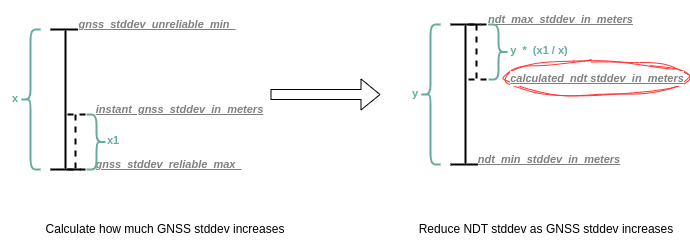
This is localization/autoware_pose_covariance_modifier_node/media/ndt_stddev_calculation_formula.drawio.png from autowarefoundation/autoware.universe, a draw.io export, as it was before one commit. Source tidied: cells renumbered, new cells last; positions are measured from the earlier drawing's top-left corner, leaving out a move shared by most shapes.
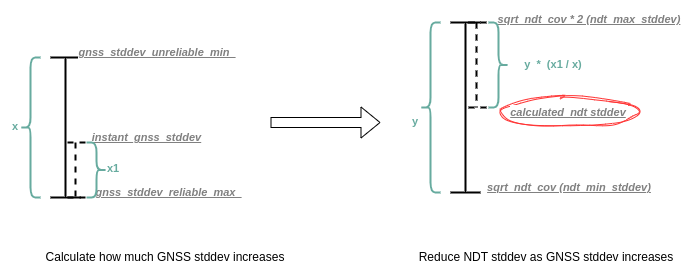
After the change.

What changed in the source:
```diff
@@ -11,8 +11,8 @@
     <mxCell id="4" value="&lt;div style=&quot;background-color: rgb(255, 255, 255);&quot;&gt;&lt;pre style=&quot;&quot;&gt;&lt;span style=&quot;color: rgb(128, 128, 128); font-style: italic;&quot;&gt;&lt;font style=&quot;font-size: 11px;&quot; face=&quot;Helvetica&quot;&gt;&lt;u&gt;&lt;b&gt;gnss_stddev_reliable_max_&lt;/b&gt;&lt;/u&gt;&lt;/font&gt;&lt;/span&gt;&lt;/pre&gt;&lt;/div&gt;" style="text;html=1;align=center;verticalAlign=middle;whiteSpace=wrap;rounded=0;fontFamily=Architects Daughter;fontSource=https%3A%2F%2Ffonts.googleapis.com%2Fcss%3Ffamily%3DArchitects%2BDaughter;" parent="1" vertex="1">
       <mxGeometry x="99" y="145" width="139" height="20" as="geometry" />
     </mxCell>
-    <mxCell id="5" value="&lt;div style=&quot;background-color: rgb(255, 255, 255);&quot;&gt;&lt;pre style=&quot;&quot;&gt;&lt;span style=&quot;color: rgb(128, 128, 128); font-style: italic;&quot;&gt;&lt;font style=&quot;font-size: 11px;&quot; face=&quot;Helvetica&quot;&gt;&lt;u&gt;&lt;b&gt;instant_gnss_stddev_in_meters&lt;/b&gt;&lt;/u&gt;&lt;/font&gt;&lt;/span&gt;&lt;/pre&gt;&lt;/div&gt;" style="text;html=1;align=center;verticalAlign=middle;whiteSpace=wrap;rounded=0;fontFamily=Architects Daughter;fontSource=https%3A%2F%2Ffonts.googleapis.com%2Fcss%3Ffamily%3DArchitects%2BDaughter;" parent="1" vertex="1">
-      <mxGeometry x="101" y="90" width="157" height="20" as="geometry" />
+    <mxCell id="5" value="&lt;div style=&quot;background-color: rgb(255, 255, 255);&quot;&gt;&lt;pre style=&quot;&quot;&gt;&lt;span style=&quot;color: rgb(128, 128, 128); font-style: italic;&quot;&gt;&lt;font style=&quot;font-size: 11px;&quot; face=&quot;Helvetica&quot;&gt;&lt;u&gt;&lt;b&gt;instant_gnss_stddev&lt;/b&gt;&lt;/u&gt;&lt;/font&gt;&lt;/span&gt;&lt;/pre&gt;&lt;/div&gt;" style="text;html=1;align=center;verticalAlign=middle;whiteSpace=wrap;rounded=0;fontFamily=Architects Daughter;fontSource=https%3A%2F%2Ffonts.googleapis.com%2Fcss%3Ffamily%3DArchitects%2BDaughter;" parent="1" vertex="1">
+      <mxGeometry x="87" y="90" width="119" height="20" as="geometry" />
     </mxCell>
     <mxCell id="6" style="shape=curlyBracket;whiteSpace=wrap;html=1;rounded=1;flipH=1;labelPosition=right;verticalLabelPosition=middle;align=left;verticalAlign=middle;hachureGap=4;fontFamily=Architects Daughter;fontSource=https%3A%2F%2Ffonts.googleapis.com%2Fcss%3Ffamily%3DArchitects%2BDaughter;size=0.5;strokeWidth=2;strokeColor=#67AB9F;" parent="1" vertex="1">
       <mxGeometry x="86" y="105" width="20" height="55" as="geometry" />
@@ -30,34 +30,34 @@
       <mxGeometry x="65" y="105" width="20" height="55" as="geometry" />
     </mxCell>
     <mxCell id="11" style="shape=crossbar;whiteSpace=wrap;html=1;rounded=1;hachureGap=4;fontFamily=Architects Daughter;fontSource=https%3A%2F%2Ffonts.googleapis.com%2Fcss%3Ffamily%3DArchitects%2BDaughter;flipH=1;flipV=1;direction=south;shadow=0;strokeWidth=2;" parent="1" vertex="1">
-      <mxGeometry x="450" y="15" width="30" height="140" as="geometry" />
+      <mxGeometry x="450" y="-15" width="30" height="170" as="geometry" />
     </mxCell>
-    <mxCell id="12" value="&lt;div style=&quot;background-color: rgb(255, 255, 255);&quot;&gt;&lt;pre style=&quot;&quot;&gt;&lt;div&gt;&lt;pre style=&quot;&quot;&gt;&lt;span style=&quot;color: rgb(128, 128, 128); font-style: italic;&quot;&gt;&lt;font style=&quot;font-size: 11px;&quot; face=&quot;Helvetica&quot;&gt;&lt;b style=&quot;&quot;&gt;&lt;u&gt;ndt_max_stddev_in_meters&lt;/u&gt;&lt;/b&gt;&lt;/font&gt;&lt;/span&gt;&lt;/pre&gt;&lt;/div&gt;&lt;/pre&gt;&lt;/div&gt;" style="text;html=1;align=center;verticalAlign=middle;whiteSpace=wrap;rounded=0;fontFamily=Architects Daughter;fontSource=https%3A%2F%2Ffonts.googleapis.com%2Fcss%3Ffamily%3DArchitects%2BDaughter;" parent="1" vertex="1">
-      <mxGeometry x="491" width="139" height="20" as="geometry" />
+    <mxCell id="12" value="&lt;div style=&quot;background-color: rgb(255, 255, 255);&quot;&gt;&lt;pre style=&quot;&quot;&gt;&lt;div&gt;&lt;pre style=&quot;&quot;&gt;&lt;span style=&quot;color: rgb(128, 128, 128); font-style: italic;&quot;&gt;&lt;font style=&quot;font-size: 11px;&quot; face=&quot;Helvetica&quot;&gt;&lt;b style=&quot;&quot;&gt;&lt;u&gt;sqrt_ndt_cov * 2 (ndt_max_stddev)&lt;/u&gt;&lt;/b&gt;&lt;/font&gt;&lt;/span&gt;&lt;/pre&gt;&lt;/div&gt;&lt;/pre&gt;&lt;/div&gt;" style="text;html=1;align=center;verticalAlign=middle;whiteSpace=wrap;rounded=0;fontFamily=Architects Daughter;fontSource=https%3A%2F%2Ffonts.googleapis.com%2Fcss%3Ffamily%3DArchitects%2BDaughter;" parent="1" vertex="1">
+      <mxGeometry x="488" y="-28" width="202" height="20" as="geometry" />
     </mxCell>
-    <mxCell id="13" value="&lt;div style=&quot;background-color: rgb(255, 255, 255);&quot;&gt;&lt;pre style=&quot;&quot;&gt;&lt;div&gt;&lt;pre style=&quot;&quot;&gt;&lt;span style=&quot;color: rgb(128, 128, 128); font-style: italic;&quot;&gt;&lt;font style=&quot;font-size: 11px;&quot; face=&quot;Helvetica&quot;&gt;&lt;u style=&quot;&quot;&gt;&lt;b&gt;ndt_min_stddev_in_meters&lt;/b&gt;&lt;/u&gt;&lt;/font&gt;&lt;/span&gt;&lt;/pre&gt;&lt;/div&gt;&lt;/pre&gt;&lt;/div&gt;" style="text;html=1;align=center;verticalAlign=middle;whiteSpace=wrap;rounded=0;fontFamily=Architects Daughter;fontSource=https%3A%2F%2Ffonts.googleapis.com%2Fcss%3Ffamily%3DArchitects%2BDaughter;" parent="1" vertex="1">
-      <mxGeometry x="477.8" y="140" width="142.2" height="20" as="geometry" />
+    <mxCell id="13" value="&lt;div style=&quot;background-color: rgb(255, 255, 255);&quot;&gt;&lt;pre style=&quot;&quot;&gt;&lt;div&gt;&lt;pre style=&quot;&quot;&gt;&lt;span style=&quot;color: rgb(128, 128, 128); font-style: italic;&quot;&gt;&lt;font style=&quot;font-size: 11px;&quot; face=&quot;Helvetica&quot;&gt;&lt;u style=&quot;&quot;&gt;&lt;b&gt;sqrt_ndt_cov (ndt_min_stddev)&lt;/b&gt;&lt;/u&gt;&lt;/font&gt;&lt;/span&gt;&lt;/pre&gt;&lt;/div&gt;&lt;/pre&gt;&lt;/div&gt;" style="text;html=1;align=center;verticalAlign=middle;whiteSpace=wrap;rounded=0;fontFamily=Architects Daughter;fontSource=https%3A%2F%2Ffonts.googleapis.com%2Fcss%3Ffamily%3DArchitects%2BDaughter;" parent="1" vertex="1">
+      <mxGeometry x="477.8" y="140" width="182.2" height="20" as="geometry" />
     </mxCell>
     <mxCell id="14" style="shape=curlyBracket;whiteSpace=wrap;html=1;rounded=1;flipH=1;labelPosition=right;verticalLabelPosition=middle;align=left;verticalAlign=middle;hachureGap=4;fontFamily=Architects Daughter;fontSource=https%3A%2F%2Ffonts.googleapis.com%2Fcss%3Ffamily%3DArchitects%2BDaughter;size=0.5;strokeWidth=2;strokeColor=#67AB9F;" parent="1" vertex="1">
-      <mxGeometry x="488" y="15" width="20" height="55" as="geometry" />
+      <mxGeometry x="488" y="-15" width="20" height="85" as="geometry" />
     </mxCell>
     <mxCell id="15" value="&lt;font color=&quot;#67ab9f&quot; style=&quot;font-size: 11px;&quot; face=&quot;Helvetica&quot;&gt;&lt;b&gt;y&amp;nbsp; *&amp;nbsp; (x1 / x)&lt;/b&gt;&lt;/font&gt;" style="text;html=1;align=center;verticalAlign=middle;whiteSpace=wrap;rounded=0;fontFamily=Architects Daughter;fontSource=https%3A%2F%2Ffonts.googleapis.com%2Fcss%3Ffamily%3DArchitects%2BDaughter;" parent="1" vertex="1">
-      <mxGeometry x="504" y="31.5" width="70" height="20" as="geometry" />
+      <mxGeometry x="517.5" y="17.5" width="70" height="20" as="geometry" />
     </mxCell>
     <mxCell id="16" style="shape=curlyBracket;whiteSpace=wrap;html=1;rounded=1;labelPosition=left;verticalLabelPosition=middle;align=right;verticalAlign=middle;hachureGap=4;fontFamily=Architects Daughter;fontSource=https%3A%2F%2Ffonts.googleapis.com%2Fcss%3Ffamily%3DArchitects%2BDaughter;strokeWidth=2;strokeColor=#67AB9F;" parent="1" vertex="1">
-      <mxGeometry x="420" y="15" width="20" height="140" as="geometry" />
+      <mxGeometry x="420" y="-15" width="20" height="170" as="geometry" />
     </mxCell>
     <mxCell id="17" value="&lt;font color=&quot;#67ab9f&quot; style=&quot;font-size: 11px;&quot; face=&quot;Helvetica&quot;&gt;&lt;b&gt;y&lt;/b&gt;&lt;/font&gt;" style="text;html=1;align=center;verticalAlign=middle;whiteSpace=wrap;rounded=0;fontFamily=Architects Daughter;fontSource=https%3A%2F%2Ffonts.googleapis.com%2Fcss%3Ffamily%3DArchitects%2BDaughter;" parent="1" vertex="1">
       <mxGeometry x="400" y="75" width="30" height="20" as="geometry" />
     </mxCell>
     <mxCell id="18" style="shape=crossbar;whiteSpace=wrap;html=1;rounded=1;direction=south;hachureGap=4;fontFamily=Architects Daughter;fontSource=https%3A%2F%2Ffonts.googleapis.com%2Fcss%3Ffamily%3DArchitects%2BDaughter;dashed=1;strokeWidth=2;" parent="1" vertex="1">
-      <mxGeometry x="466" y="15" width="20" height="55" as="geometry" />
+      <mxGeometry x="466" y="-15" width="20" height="85" as="geometry" />
     </mxCell>
     <mxCell id="19" style="ellipse;whiteSpace=wrap;html=1;sketch=1;hachureGap=4;jiggle=2;curveFitting=1;fontFamily=Architects Daughter;fontSource=https%3A%2F%2Ffonts.googleapis.com%2Fcss%3Ffamily%3DArchitects%2BDaughter;strokeColor=#FF3333;" parent="1" vertex="1">
-      <mxGeometry x="504" y="51.5" width="185" height="35" as="geometry" />
+      <mxGeometry x="498.9" y="60" width="140" height="30" as="geometry" />
     </mxCell>
-    <mxCell id="20" value="&lt;div style=&quot;background-color: rgb(255, 255, 255);&quot;&gt;&lt;pre style=&quot;&quot;&gt;&lt;font face=&quot;Helvetica&quot; color=&quot;#808080&quot;&gt;&lt;span style=&quot;font-size: 11px;&quot;&gt;&lt;b&gt;&lt;i&gt;&lt;u&gt;calculated_ndt stddev_in_meters&lt;/u&gt;&lt;/i&gt;&lt;/b&gt;&lt;/span&gt;&lt;/font&gt;&lt;/pre&gt;&lt;/div&gt;" style="text;html=1;align=center;verticalAlign=middle;whiteSpace=wrap;rounded=0;fontFamily=Architects Daughter;fontSource=https%3A%2F%2Ffonts.googleapis.com%2Fcss%3Ffamily%3DArchitects%2BDaughter;" parent="1" vertex="1">
-      <mxGeometry x="521.5" y="61.5" width="150" height="15" as="geometry" />
+    <mxCell id="20" value="&lt;div style=&quot;background-color: rgb(255, 255, 255);&quot;&gt;&lt;pre style=&quot;&quot;&gt;&lt;font face=&quot;Helvetica&quot; color=&quot;#808080&quot;&gt;&lt;span style=&quot;font-size: 11px;&quot;&gt;&lt;b&gt;&lt;i&gt;&lt;u&gt;calculated_ndt stddev&lt;/u&gt;&lt;/i&gt;&lt;/b&gt;&lt;/span&gt;&lt;/font&gt;&lt;/pre&gt;&lt;/div&gt;" style="text;html=1;align=center;verticalAlign=middle;whiteSpace=wrap;rounded=0;fontFamily=Architects Daughter;fontSource=https%3A%2F%2Ffonts.googleapis.com%2Fcss%3Ffamily%3DArchitects%2BDaughter;" parent="1" vertex="1">
+      <mxGeometry x="508" y="67.5" width="120" height="15" as="geometry" />
     </mxCell>
     <mxCell id="21" style="shape=flexArrow;endArrow=classic;html=1;rounded=0;hachureGap=4;fontFamily=Architects Daughter;fontSource=https%3A%2F%2Ffonts.googleapis.com%2Fcss%3Ffamily%3DArchitects%2BDaughter;" parent="1" edge="1">
       <mxGeometry relative="1" as="geometry">
```
